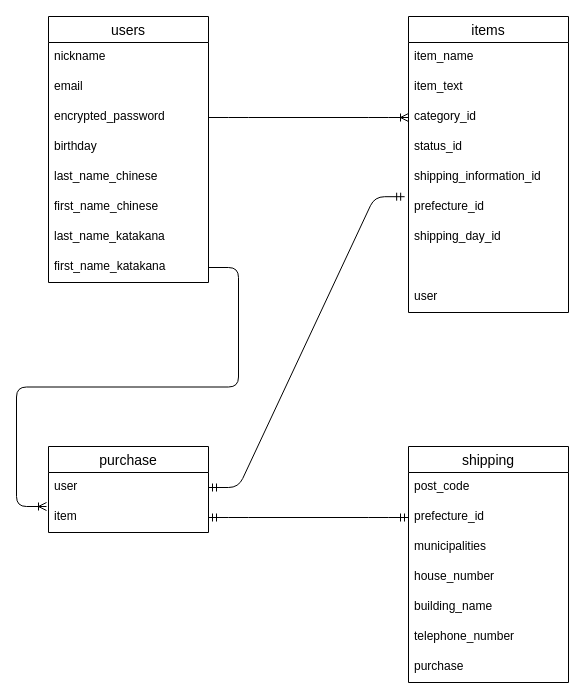
The draw.io diagram furimaER.dio in mirarukun/furima-37406, before the edit. Source tidied: cells renumbered, new cells numbered last; positions are measured from the earlier drawing's top-left corner, leaving out a move shared by most shapes. Both pictures are drawn from the tidied source at 100%, with x=0, y=0 at pixel (46, 16).
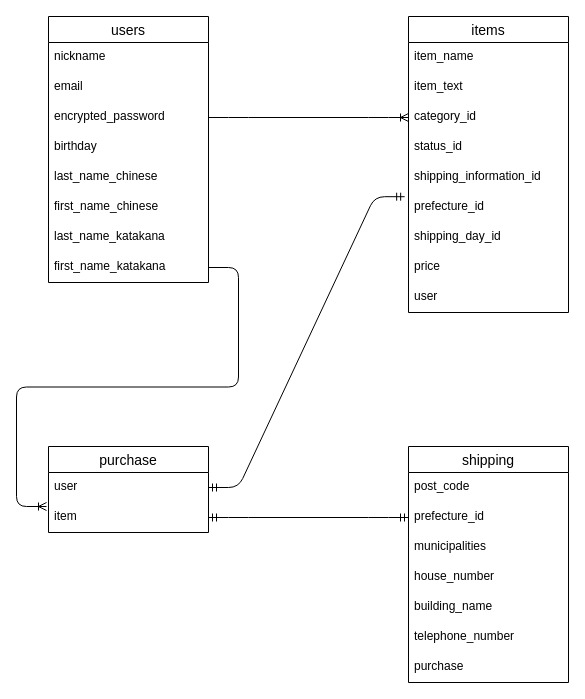
The same diagram, later.

Commit message (it also covers changes not shown here):
価格カラムをinteger型に修正

Unchanged cells that the change refers to:
```xml
<mxCell id="11" value="items" style="swimlane;fontStyle=0;horizontal=1;startSize=26;align=center;fontSize=14;" parent="1" vertex="1">
  <mxGeometry x="362" width="160" height="296" as="geometry" />
</mxCell>
```

Diff of the diagram source:
```diff
@@
-    <mxCell id="19" style="text;strokeColor=none;fillColor=none;spacingLeft=4;spacingRight=4;overflow=hidden;fontSize=12;" parent="11" vertex="1">
+    <mxCell id="19" value="price" style="text;strokeColor=none;fillColor=none;spacingLeft=4;spacingRight=4;overflow=hidden;fontSize=12;" parent="11" vertex="1">
       <mxGeometry y="236" width="160" height="30" as="geometry" />
     </mxCell>
```
